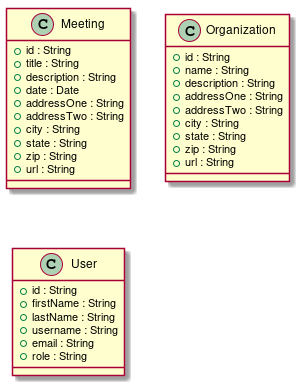
devict/publicmeetings-back keeps this PlantUML diagram as docs/api/domain-model/classes-0.1.png. Above is the earlier version. The source it was exported from:
```plantuml
@startuml
class Meeting {
    +id : String
    +title : String
    +description : String
    +date : Date
    +addressOne : String
    +addressTwo : String
    +city : String
    +state : String
    +zip : String
    +url : String
}

class Organization {
    +id : String
    +name : String
    +description : String
    +addressOne : String
    +addressTwo : String
    +city : String
    +state : String
    +zip : String
    +url : String
}

class User {
    +id : String
    +firstName : String
    +lastName : String
    +username : String
    +email : String
    +role : String
}
@enduml
```
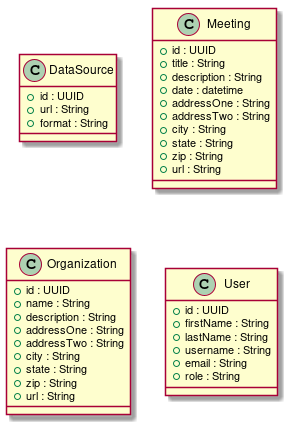
The same file after the commit.

The edit, as a diff of the source:
```diff
@@ -1,9 +1,15 @@
 @startuml
+class DataSource {
+    +id : UUID
+    +url : String
+    +format : String
+}
+
 class Meeting {
-    +id : String
+    +id : UUID
     +title : String
     +description : String
-    +date : Date
+    +date : datetime
     +addressOne : String
     +addressTwo : String
     +city : String
@@ -13,7 +19,7 @@
 }
 
 class Organization {
-    +id : String
+    +id : UUID
     +name : String
     +description : String
     +addressOne : String
@@ -25,7 +31,7 @@
 }
 
 class User {
-    +id : String
+    +id : UUID
     +firstName : String
     +lastName : String
     +username : String
```
